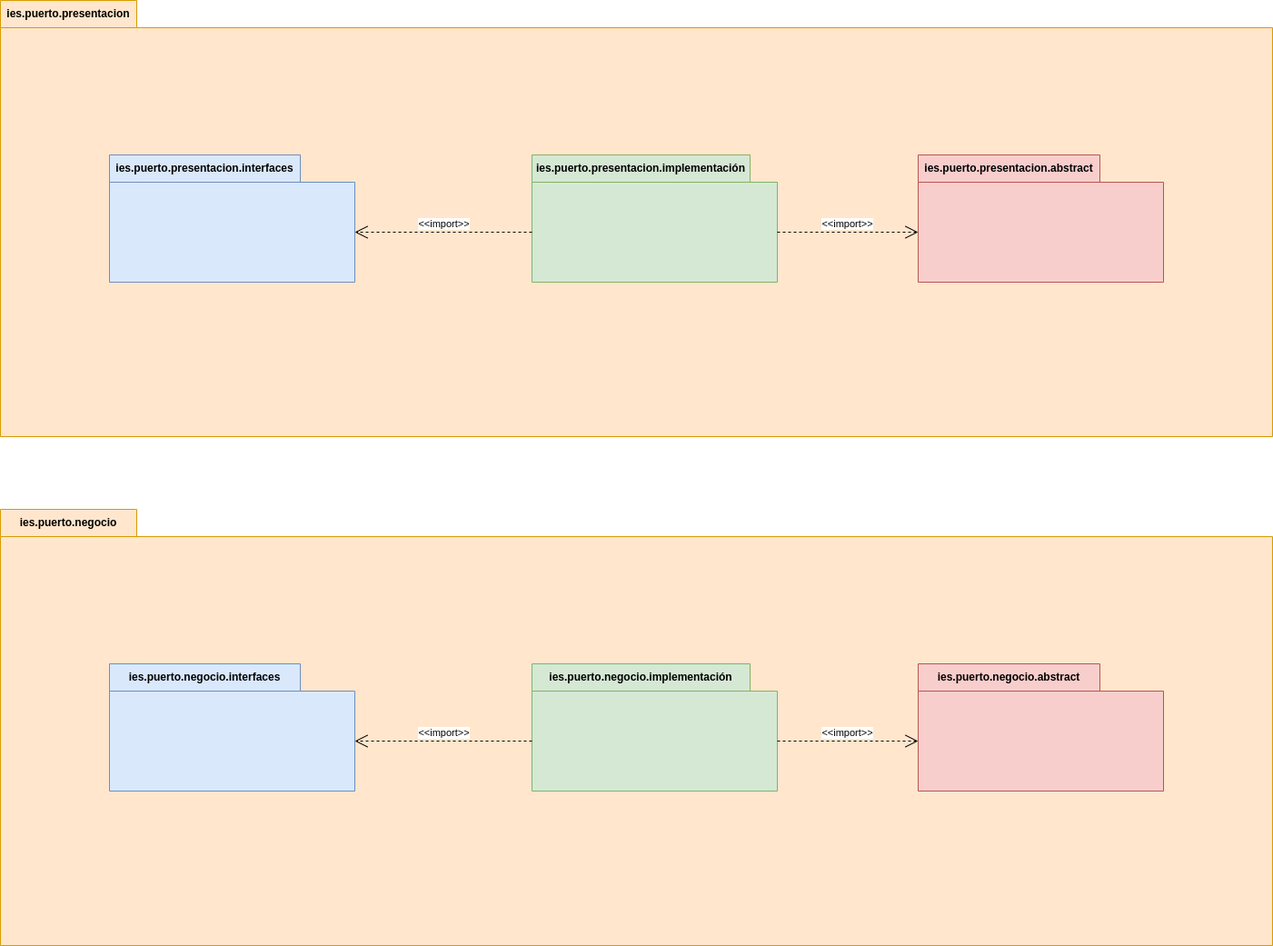
Above: PruebaDiagramaPaquetes.png in PeterMartEsc/ETS (draw.io), before the change. Source tidied: cells renumbered, new cells last; positions are measured from the earlier drawing's top-left corner, leaving out a move shared by most shapes.
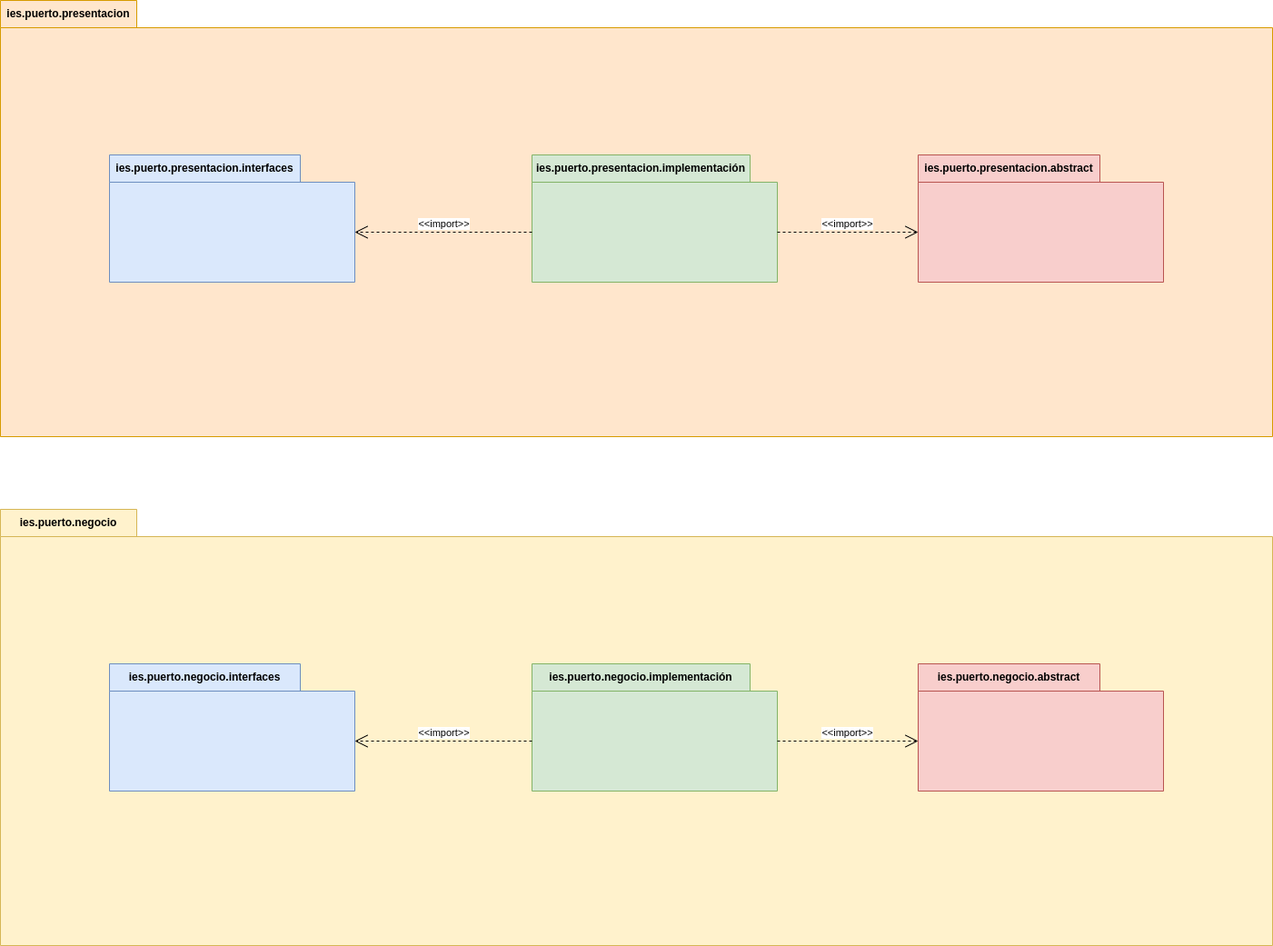
Above is the later version.

Change to the diagram source:
```diff
@@ -20,7 +20,7 @@
     <mxCell id="7" value="&amp;lt;&amp;lt;import&amp;gt;&amp;gt;" style="edgeStyle=none;html=1;endArrow=open;endSize=12;dashed=1;verticalAlign=bottom;rounded=0;exitX=0;exitY=0;exitDx=0;exitDy=85;exitPerimeter=0;entryX=0;entryY=0;entryDx=270;entryDy=85;entryPerimeter=0;" parent="2" edge="1" source="5" target="4">
       <mxGeometry relative="1" as="geometry" />
     </mxCell>
-    <mxCell id="8" value="ies.puerto.negocio" style="shape=folder;fontStyle=1;tabWidth=150;tabHeight=30;tabPosition=left;html=1;boundedLbl=1;labelInHeader=1;whiteSpace=wrap;fillColor=#ffe6cc;strokeColor=#d79b00;" parent="1" vertex="1">
+    <mxCell id="8" value="ies.puerto.negocio" style="shape=folder;fontStyle=1;tabWidth=150;tabHeight=30;tabPosition=left;html=1;boundedLbl=1;labelInHeader=1;whiteSpace=wrap;fillColor=#fff2cc;strokeColor=#d6b656;" parent="1" vertex="1">
       <mxGeometry y="560" width="1400" height="480" as="geometry" />
     </mxCell>
     <mxCell id="9" value="ies.puerto.negocio.abstract" style="shape=folder;fontStyle=1;tabWidth=200;tabHeight=30;tabPosition=left;html=1;boundedLbl=1;labelInHeader=1;whiteSpace=wrap;fillColor=#f8cecc;strokeColor=#b85450;" parent="8" vertex="1">
```
